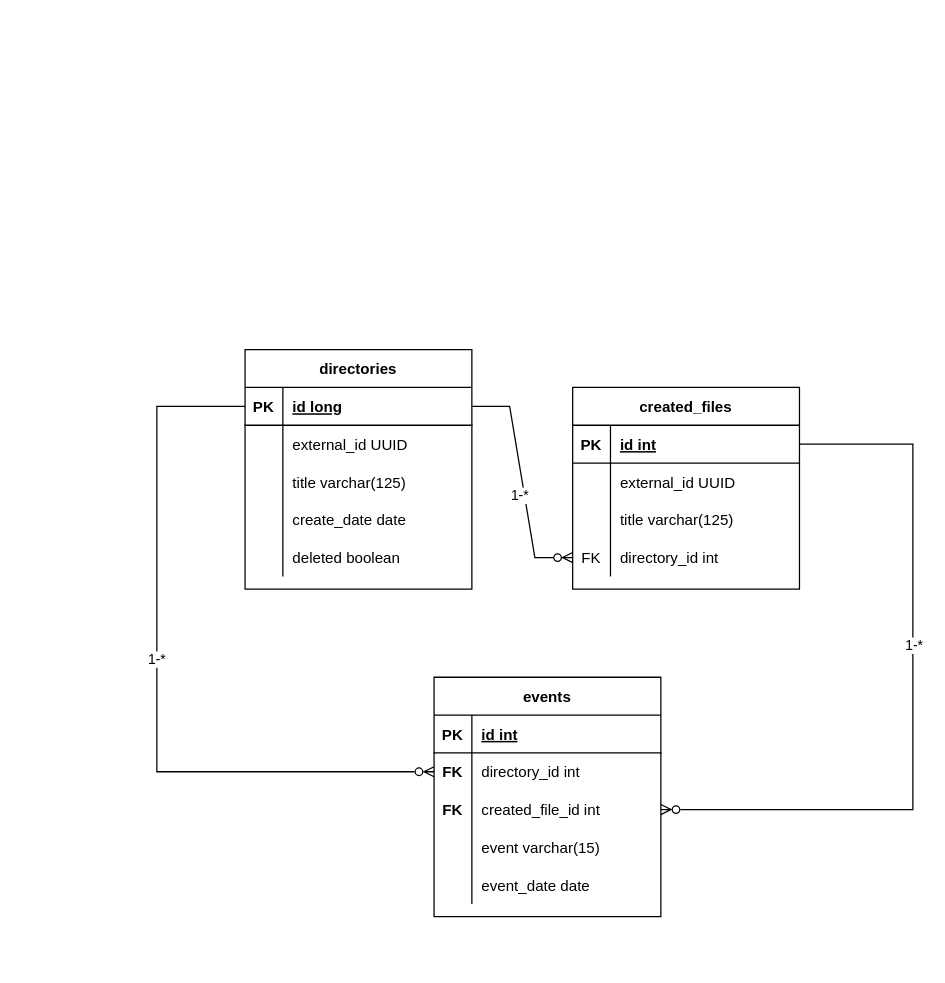
Before: back-end/file system ms/database.drawio in carakazov/notes-projects-diagrams, a draw.io diagram. Source tidied: cells renumbered, new cells numbered last; positions are measured from the earlier drawing's top-left corner, leaving out a move shared by most shapes. Both pictures are drawn from the tidied source at 126%, with x=0, y=0 at pixel (156, 349).
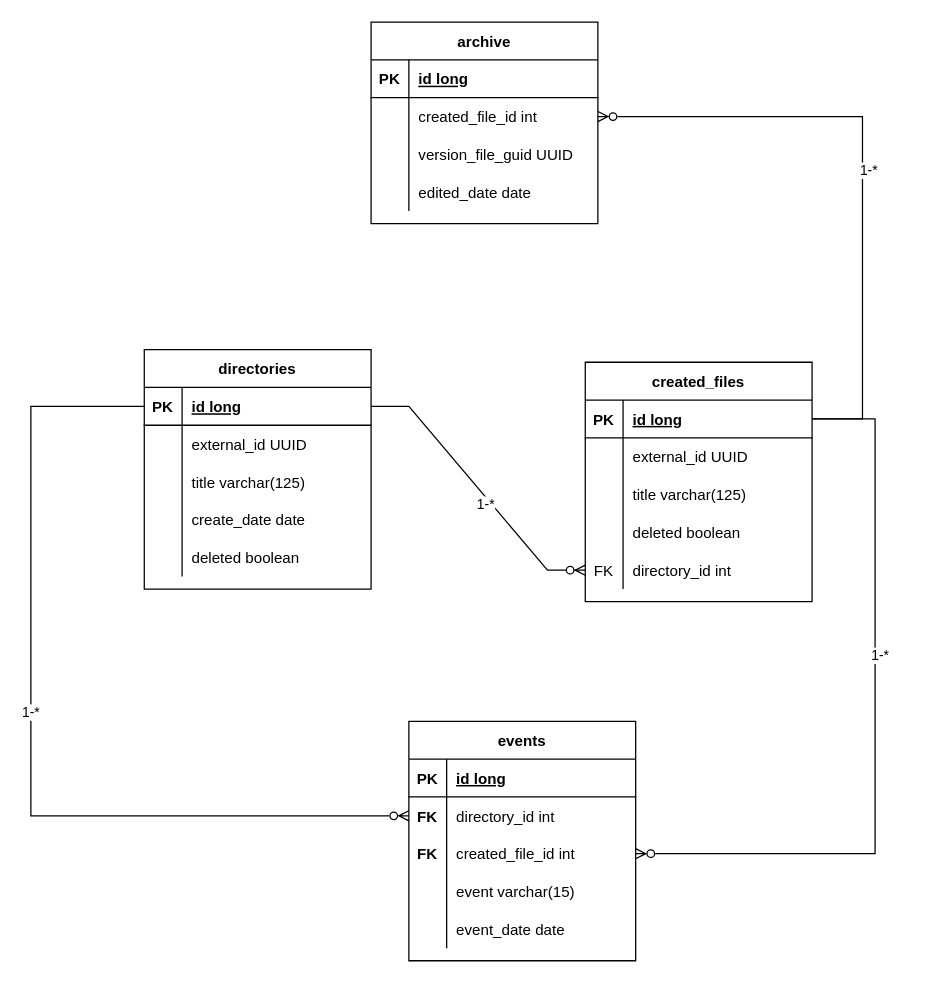
After the change.

The change refers to these unchanged cells:
```xml
<mxCell id="3" style="shape=tableRow;horizontal=0;startSize=0;swimlaneHead=0;swimlaneBody=0;fillColor=none;points=[[0,0.5],[1,0.5]];portConstraint=eastwest;top=0;left=0;right=0;bottom=1;" parent="2" vertex="1">
  <mxGeometry y="30" width="180" height="30" as="geometry" />
</mxCell>
<mxCell id="21" style="shape=tableRow;horizontal=0;startSize=0;swimlaneHead=0;swimlaneBody=0;fillColor=none;points=[[0,0.5],[1,0.5]];portConstraint=eastwest;top=0;left=0;right=0;bottom=1;" parent="20" vertex="1">
  <mxGeometry y="30" width="180" height="30" as="geometry" />
</mxCell>
<mxCell id="36" style="shape=tableRow;horizontal=0;startSize=0;swimlaneHead=0;swimlaneBody=0;fillColor=none;top=0;left=0;right=0;bottom=1;" parent="35" vertex="1">
  <mxGeometry y="30" width="180" height="30" as="geometry" />
</mxCell>
<mxCell id="39" style="shape=tableRow;horizontal=0;startSize=0;swimlaneHead=0;swimlaneBody=0;fillColor=none;points=[[0,0.5],[1,0.5]];portConstraint=eastwest;top=0;left=0;right=0;bottom=0;" parent="35" vertex="1">
  <mxGeometry y="60" width="180" height="30" as="geometry" />
</mxCell>
<mxCell id="42" style="shape=tableRow;horizontal=0;startSize=0;swimlaneHead=0;swimlaneBody=0;fillColor=none;points=[[0,0.5],[1,0.5]];portConstraint=eastwest;top=0;left=0;right=0;bottom=0;" parent="35" vertex="1">
  <mxGeometry y="90" width="180" height="30" as="geometry" />
</mxCell>
```

Diff of the diagram source:
```diff
@@
     <mxCell id="2" value="directories" style="shape=table;startSize=30;childLayout=tableLayout;rowLines=0;fontStyle=1;align=center;" parent="1" vertex="1">
-      <mxGeometry x="70" width="180" height="190" as="geometry" />
+      <mxGeometry x="-10" width="180" height="190" as="geometry" />
     </mxCell>
@@
-    <mxCell id="18" style="edgeStyle=orthogonalEdgeStyle;rounded=0;jettySize=auto;html=1;entryX=1;entryY=0.5;entryDx=0;entryDy=0;endArrow=ERzeroToMany;endFill=0;exitX=1;exitY=0.5;exitDx=0;exitDy=0;" parent="1" edge="1" source="21" target="42">
+    <mxCell id="18" style="edgeStyle=orthogonalEdgeStyle;rounded=0;jettySize=auto;html=1;entryX=1;entryY=0.5;entryDx=0;entryDy=0;exitX=1;exitY=0.5;exitDx=0;exitDy=0;endArrow=ERzeroToMany;endFill=0;" parent="1" edge="1" source="21" target="42">
       <mxGeometry relative="1" as="geometry">
         <Array as="points">
-          <mxPoint x="600" y="75" />
-          <mxPoint x="600" y="365" />
+          <mxPoint x="570" y="55" />
+          <mxPoint x="570" y="400" />
         </Array>
       </mxGeometry>
     </mxCell>
-    <mxCell id="19" value="1-*" style="edgeLabel;html=1;align=center;verticalAlign=middle;" parent="18" vertex="1">
-      <mxGeometry x="-0.14" relative="1" as="geometry" />
-    </mxCell>
+    <mxCell id="53" value="1-*" style="edgeLabel;html=1;align=center;verticalAlign=middle;" parent="18" vertex="1">
+      <mxGeometry x="-0.19" y="3" relative="1" as="geometry" />
+    </mxCell>
+    <mxCell id="54" style="edgeStyle=orthogonalEdgeStyle;rounded=0;jettySize=auto;html=1;endArrow=ERzeroToMany;endFill=0;exitX=1;exitY=0.5;exitDx=0;exitDy=0;" parent="1" edge="1" source="21" target="63">
+      <mxGeometry relative="1" as="geometry">
+        <Array as="points">
+          <mxPoint x="560" y="55" />
+          <mxPoint x="560" y="-185" />
+        </Array>
+      </mxGeometry>
+    </mxCell>
+    <mxCell id="55" value="1-*" style="edgeLabel;html=1;align=center;verticalAlign=middle;" parent="54" vertex="1">
+      <mxGeometry x="-0.03" y="-4" relative="1" as="geometry" />
+    </mxCell>
     <mxCell id="20" value="created_files" style="shape=table;startSize=30;childLayout=tableLayout;rowLines=0;fontStyle=1;align=center;" parent="1" vertex="1">
-      <mxGeometry x="330" y="30" width="180" height="160" as="geometry" />
+      <mxGeometry x="340" y="10" width="180" height="190" as="geometry" />
     </mxCell>
@@
-    <mxCell id="23" value="id int" style="shape=partialRectangle;fillColor=none;top=0;left=0;bottom=0;right=0;align=left;spacingLeft=6;fontStyle=5;overflow=hidden;" parent="21" vertex="1">
+    <mxCell id="23" value="id long" style="shape=partialRectangle;fillColor=none;top=0;left=0;bottom=0;right=0;align=left;spacingLeft=6;fontStyle=5;overflow=hidden;" parent="21" vertex="1">
       <mxGeometry x="30" width="150" height="30" as="geometry" />
     </mxCell>
@@
+    <mxCell id="56" style="shape=tableRow;horizontal=0;startSize=0;swimlaneHead=0;swimlaneBody=0;fillColor=none;top=0;left=0;right=0;bottom=0;" parent="20" vertex="1">
+      <mxGeometry y="120" width="180" height="30" as="geometry" />
+    </mxCell>
+    <mxCell id="57" style="shape=partialRectangle;fillColor=none;top=0;left=0;bottom=0;right=0;overflow=hidden;" parent="56" vertex="1">
+      <mxGeometry width="30" height="30" as="geometry" />
+    </mxCell>
+    <mxCell id="58" value="deleted boolean" style="shape=partialRectangle;fillColor=none;top=0;left=0;bottom=0;right=0;align=left;spacingLeft=6;overflow=hidden;" parent="56" vertex="1">
+      <mxGeometry x="30" width="150" height="30" as="geometry" />
+    </mxCell>
     <mxCell id="30" style="shape=tableRow;horizontal=0;startSize=0;swimlaneHead=0;swimlaneBody=0;fillColor=none;points=[[0,0.5],[1,0.5]];portConstraint=eastwest;top=0;left=0;right=0;bottom=0;" parent="20" vertex="1">
-      <mxGeometry y="120" width="180" height="30" as="geometry" />
+      <mxGeometry y="150" width="180" height="30" as="geometry" />
     </mxCell>
@@
     <mxCell id="35" value="events" style="shape=table;startSize=30;childLayout=tableLayout;rowLines=0;fontStyle=1;align=center;" parent="1" vertex="1">
-      <mxGeometry x="220" y="260" width="180" height="190" as="geometry" />
+      <mxGeometry x="200" y="295" width="180" height="190" as="geometry" />
     </mxCell>
@@
-    <mxCell id="38" value="id int" style="shape=partialRectangle;fillColor=none;top=0;left=0;bottom=0;right=0;align=left;spacingLeft=6;fontStyle=5;overflow=hidden;" parent="36" vertex="1">
+    <mxCell id="38" value="id long" style="shape=partialRectangle;fillColor=none;top=0;left=0;bottom=0;right=0;align=left;spacingLeft=6;fontStyle=5;overflow=hidden;" parent="36" vertex="1">
       <mxGeometry x="30" width="150" height="30" as="geometry" />
     </mxCell>
@@
-    <mxCell id="51" style="edgeStyle=orthogonalEdgeStyle;rounded=0;jettySize=auto;html=1;endArrow=ERzeroToMany;endFill=0;" parent="1" edge="1" source="3" target="39">
+    <mxCell id="51" style="edgeStyle=orthogonalEdgeStyle;rounded=0;jettySize=auto;html=1;endArrow=ERzeroToMany;endFill=0;entryX=0;entryY=0.5;entryDx=0;entryDy=0;" parent="1" edge="1" source="3" target="39">
       <mxGeometry relative="1" as="geometry">
         <Array as="points">
-          <mxPoint y="45" />
-          <mxPoint y="335" />
+          <mxPoint x="-100" y="45" />
+          <mxPoint x="-100" y="370" />
         </Array>
       </mxGeometry>
     </mxCell>
@@
+    <mxCell id="59" value="archive" style="shape=table;startSize=30;childLayout=tableLayout;rowLines=0;fontStyle=1;align=center;" parent="1" vertex="1">
+      <mxGeometry x="170" y="-260" width="180" height="160" as="geometry" />
+    </mxCell>
+    <mxCell id="60" style="shape=tableRow;horizontal=0;startSize=0;swimlaneHead=0;swimlaneBody=0;fillColor=none;top=0;left=0;right=0;bottom=1;" parent="59" vertex="1">
+      <mxGeometry y="30" width="180" height="30" as="geometry" />
+    </mxCell>
+    <mxCell id="61" value="PK" style="shape=partialRectangle;fillColor=none;top=0;left=0;bottom=0;right=0;fontStyle=1;overflow=hidden;" parent="60" vertex="1">
+      <mxGeometry width="30" height="30" as="geometry" />
+    </mxCell>
+    <mxCell id="62" value="id long" style="shape=partialRectangle;fillColor=none;top=0;left=0;bottom=0;right=0;align=left;spacingLeft=6;fontStyle=5;overflow=hidden;" parent="60" vertex="1">
+      <mxGeometry x="30" width="150" height="30" as="geometry" />
+    </mxCell>
+    <mxCell id="63" style="shape=tableRow;horizontal=0;startSize=0;swimlaneHead=0;swimlaneBody=0;fillColor=none;points=[[0,0.5],[1,0.5]];portConstraint=eastwest;top=0;left=0;right=0;bottom=0;" parent="59" vertex="1">
+      <mxGeometry y="60" width="180" height="30" as="geometry" />
+    </mxCell>
+    <mxCell id="64" style="shape=partialRectangle;fillColor=none;top=0;left=0;bottom=0;right=0;overflow=hidden;" parent="63" vertex="1">
+      <mxGeometry width="30" height="30" as="geometry" />
+    </mxCell>
+    <mxCell id="65" value="created_file_id int" style="shape=partialRectangle;fillColor=none;top=0;left=0;bottom=0;right=0;align=left;spacingLeft=6;overflow=hidden;" parent="63" vertex="1">
+      <mxGeometry x="30" width="150" height="30" as="geometry" />
+    </mxCell>
+    <mxCell id="66" style="shape=tableRow;horizontal=0;startSize=0;swimlaneHead=0;swimlaneBody=0;fillColor=none;top=0;left=0;right=0;bottom=0;" parent="59" vertex="1">
+      <mxGeometry y="90" width="180" height="30" as="geometry" />
+    </mxCell>
+    <mxCell id="67" style="shape=partialRectangle;fillColor=none;top=0;left=0;bottom=0;right=0;overflow=hidden;" parent="66" vertex="1">
+      <mxGeometry width="30" height="30" as="geometry" />
+    </mxCell>
+    <mxCell id="68" value="version_file_guid UUID" style="shape=partialRectangle;fillColor=none;top=0;left=0;bottom=0;right=0;align=left;spacingLeft=6;overflow=hidden;" parent="66" vertex="1">
+      <mxGeometry x="30" width="150" height="30" as="geometry" />
+    </mxCell>
+    <mxCell id="69" style="shape=tableRow;horizontal=0;startSize=0;swimlaneHead=0;swimlaneBody=0;fillColor=none;top=0;left=0;right=0;bottom=0;" parent="59" vertex="1">
+      <mxGeometry y="120" width="180" height="30" as="geometry" />
+    </mxCell>
+    <mxCell id="70" style="shape=partialRectangle;fillColor=none;top=0;left=0;bottom=0;right=0;overflow=hidden;" parent="69" vertex="1">
+      <mxGeometry width="30" height="30" as="geometry" />
+    </mxCell>
+    <mxCell id="71" value="edited_date date" style="shape=partialRectangle;fillColor=none;top=0;left=0;bottom=0;right=0;align=left;spacingLeft=6;overflow=hidden;" parent="69" vertex="1">
+      <mxGeometry x="30" width="150" height="30" as="geometry" />
+    </mxCell>
```
